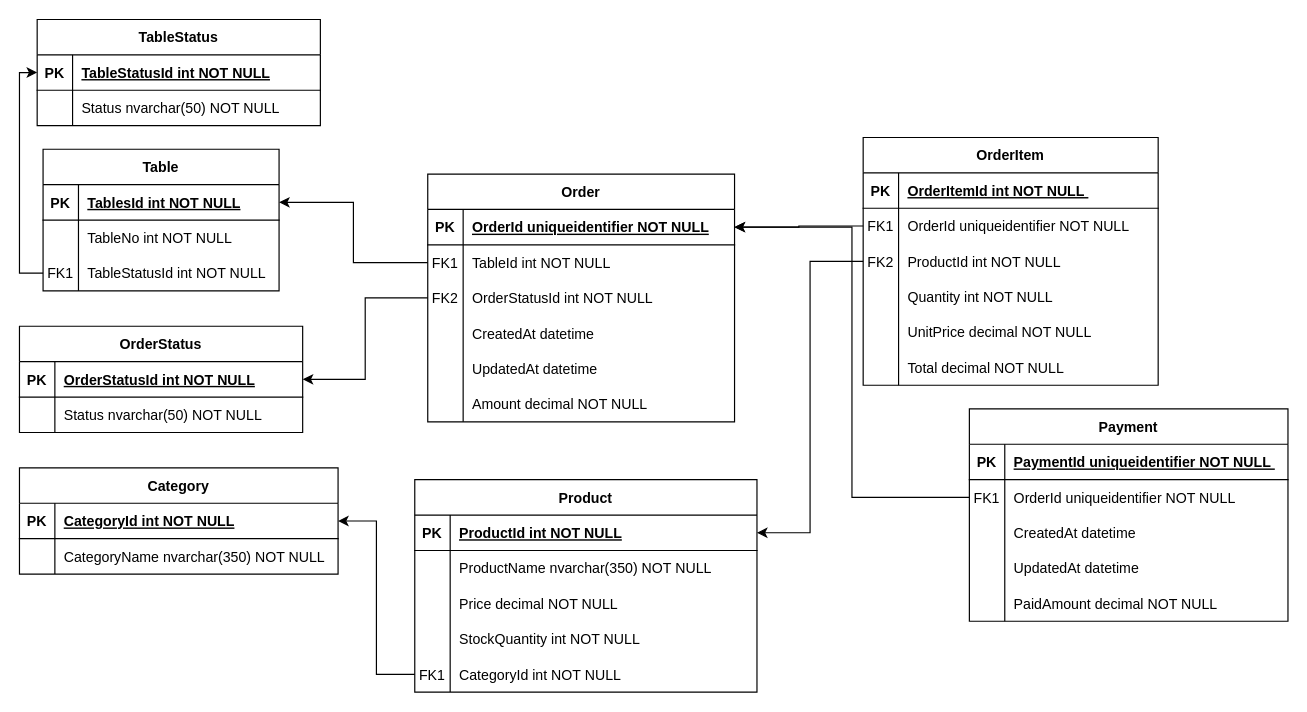
The draw.io diagram TestCase.drawio in mirkankacan/IztekTestCase, before the edit. Source tidied: cells renumbered, new cells numbered last; positions are measured from the earlier drawing's top-left corner, leaving out a move shared by most shapes. Both pictures are drawn from the tidied source at 118%, with x=0, y=0 at pixel (19, 19).
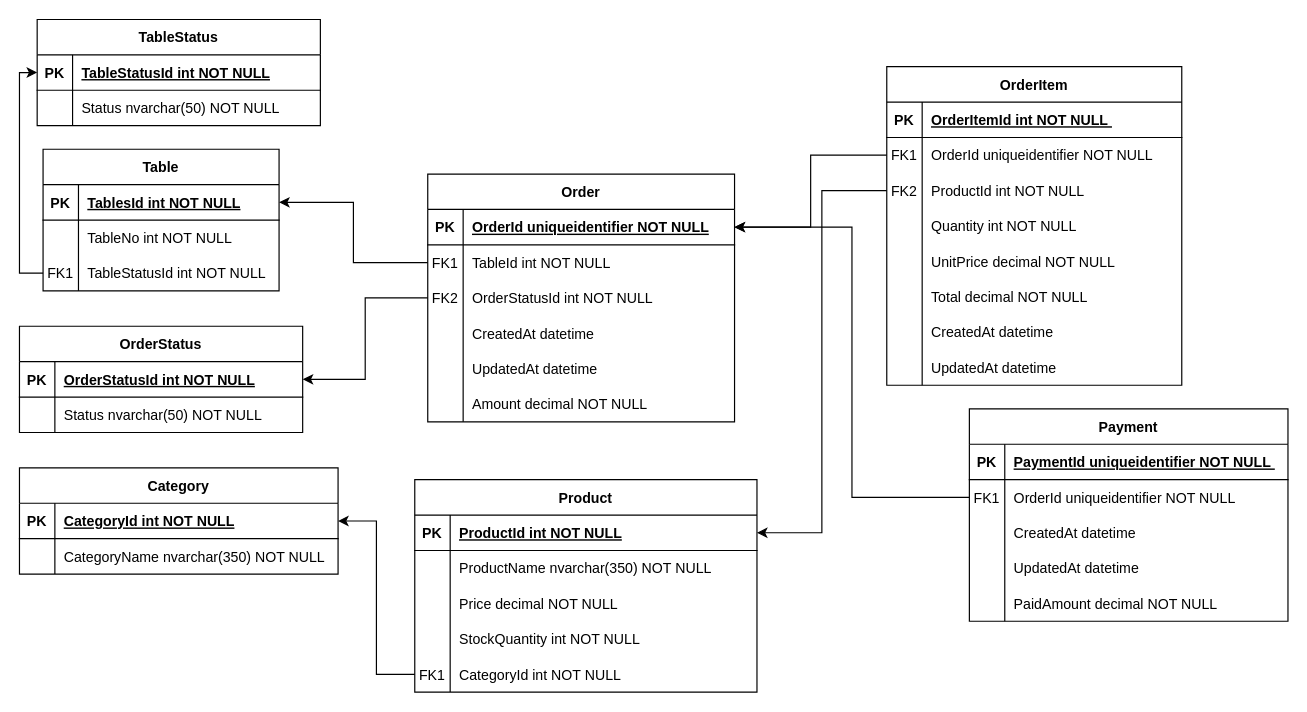
The same page after the edit.

The edit, as a diff of the source:
```diff
@@
     <mxCell id="21" value="OrderItem" style="shape=table;startSize=30;childLayout=tableLayout;rowLines=0;fontStyle=1;align=center;" parent="1" vertex="1">
-      <mxGeometry x="715" y="100" width="250" height="210" as="geometry" />
+      <mxGeometry x="735" y="40" width="250" height="270" as="geometry" />
     </mxCell>
@@
+    <mxCell id="110" style="shape=partialRectangle;fillColor=none;top=0;left=0;right=0;bottom=0;" parent="21" vertex="1">
+      <mxGeometry y="210" width="250" height="30" as="geometry" />
+    </mxCell>
+    <mxCell id="111" style="shape=partialRectangle;overflow=hidden;fillColor=none;top=0;left=0;bottom=0;right=0;" parent="110" vertex="1">
+      <mxGeometry width="30" height="30" as="geometry" />
+    </mxCell>
+    <mxCell id="112" value="CreatedAt datetime " style="shape=partialRectangle;overflow=hidden;fillColor=none;top=0;left=0;bottom=0;right=0;align=left;spacingLeft=6;" parent="110" vertex="1">
+      <mxGeometry x="30" width="220" height="30" as="geometry" />
+    </mxCell>
+    <mxCell id="113" style="shape=partialRectangle;fillColor=none;top=0;left=0;right=0;bottom=0;" parent="21" vertex="1">
+      <mxGeometry y="240" width="250" height="30" as="geometry" />
+    </mxCell>
+    <mxCell id="114" style="shape=partialRectangle;overflow=hidden;fillColor=none;top=0;left=0;bottom=0;right=0;" parent="113" vertex="1">
+      <mxGeometry width="30" height="30" as="geometry" />
+    </mxCell>
+    <mxCell id="115" value="UpdatedAt datetime " style="shape=partialRectangle;overflow=hidden;fillColor=none;top=0;left=0;bottom=0;right=0;align=left;spacingLeft=6;" parent="113" vertex="1">
+      <mxGeometry x="30" width="220" height="30" as="geometry" />
+    </mxCell>
```
